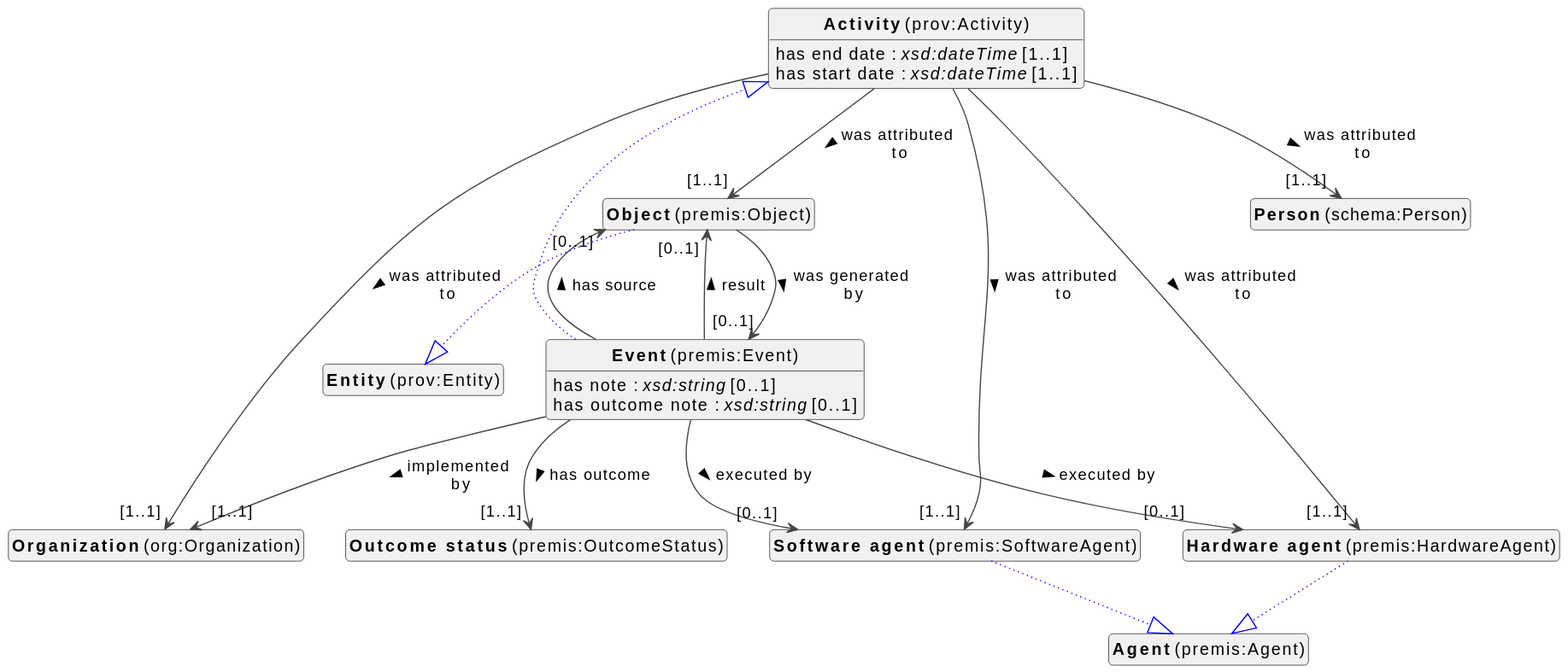
Before: docs/metadata/modellen/0.0.1/events-diagram.svg, a diagram exported from PlantUML (viaacode/documentation-jekyll).
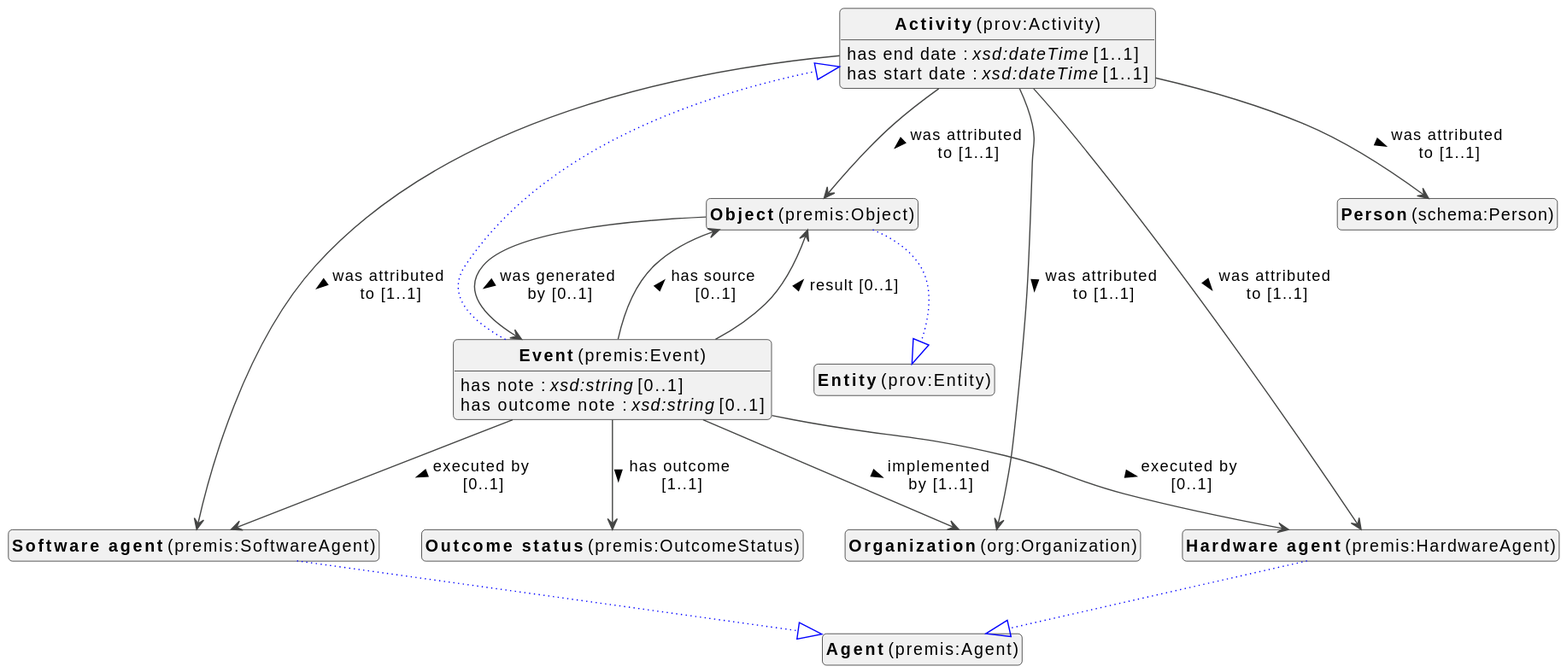
Above is the later version.

The edit, as a diff of the source:
```diff
@@ -13,13 +13,13 @@
 class "<b>Activity</b> (prov:Activity)" as prov_Activity [[#prov%3AActivity]]
 class "<b>Object</b> (premis:Object)" as premis_Object [[#premis%3AObject]]
 class "<b>Entity</b> (prov:Entity)" as prov_Entity [[#prov%3AEntity]]
+class "<b>Outcome status</b> (premis:OutcomeStatus)" as premis_OutcomeStatus [[#premis%3AOutcomeStatus]]
+class "<b>Hardware agent</b> (premis:HardwareAgent)" as premis_HardwareAgent [[#premis%3AHardwareAgent]]
+class "<b>Agent</b> (premis:Agent)" as premis_Agent [[#premis%3AAgent]]
+class "<b>Software agent</b> (premis:SoftwareAgent)" as premis_SoftwareAgent [[#premis%3ASoftwareAgent]]
+class "<b>Agent</b> (premis:Agent)" as premis_Agent [[#premis%3AAgent]]
 class "<b>Organization</b> (org:Organization)" as org_Organization [[#org%3AOrganization]]
 class "<b>Person</b> (schema:Person)" as schema_Person [[#schema%3APerson]]
-class "<b>Software agent</b> (premis:SoftwareAgent)" as premis_SoftwareAgent [[#premis%3ASoftwareAgent]]
-class "<b>Agent</b> (premis:Agent)" as premis_Agent [[#premis%3AAgent]]
-class "<b>Hardware agent</b> (premis:HardwareAgent)" as premis_HardwareAgent [[#premis%3AHardwareAgent]]
-class "<b>Agent</b> (premis:Agent)" as premis_Agent [[#premis%3AAgent]]
-class "<b>Outcome status</b> (premis:OutcomeStatus)" as premis_OutcomeStatus [[#premis%3AOutcomeStatus]]
 
 
 prov_Activity : has end date : <i>xsd:dateTime</i> [1..1]
@@ -28,43 +28,43 @@
 prov_Activity : has start date : <i>xsd:dateTime</i> [1..1]
 
 
-prov_Activity --> "[1..1]" premis_Object : was attributed to >
-prov_Activity --> "[1..1]" schema_Person : was attributed to >
-prov_Activity --> "[1..1]" org_Organization : was attributed to >
-prov_Activity --> "[1..1]" premis_SoftwareAgent : was attributed to >
-prov_Activity --> "[1..1]" premis_HardwareAgent : was attributed to >
+prov_Activity --> premis_Object : was attributed to [1..1] >
+prov_Activity --> schema_Person : was attributed to [1..1] >
+prov_Activity --> org_Organization : was attributed to [1..1] >
+prov_Activity --> premis_SoftwareAgent : was attributed to [1..1] >
+prov_Activity --> premis_HardwareAgent : was attributed to [1..1] >
 
 premis_Event --|> prov_Activity #blue;line.dotted;text:blue
 
 
-premis_Event --> "[0..1]" premis_SoftwareAgent : executed by >
-premis_Event --> "[0..1]" premis_HardwareAgent : executed by >
+premis_Event --> premis_SoftwareAgent : executed by [0..1] >
+premis_Event --> premis_HardwareAgent : executed by [0..1] >
 premis_Event : has note : <i>xsd:string</i> [0..1]
 
 
-premis_Event --> "[1..1]" premis_OutcomeStatus : has outcome >
+premis_Event --> premis_OutcomeStatus : has outcome [1..1] >
 premis_Event : has outcome note : <i>xsd:string</i> [0..1]
 
 
-premis_Event --> "[0..1]" premis_Object : has source >
+premis_Event --> premis_Object : has source [0..1] >
 
-premis_Event --> "[1..1]" org_Organization : implemented by >
+premis_Event --> org_Organization : implemented by [1..1] >
 
-premis_Event --> "[0..1]" premis_Object : result >
+premis_Event --> premis_Object : result [0..1] >
 
 premis_Object --|> prov_Entity #blue;line.dotted;text:blue
 
 
-premis_Object --> "[0..1]" premis_Event : was generated by >
+premis_Object --> premis_Event : was generated by [0..1] >
 
 
 
+premis_HardwareAgent --|> premis_Agent #blue;line.dotted;text:blue
 
 
 premis_SoftwareAgent --|> premis_Agent #blue;line.dotted;text:blue
 
 
-premis_HardwareAgent --|> premis_Agent #blue;line.dotted;text:blue
 
 
 
```
